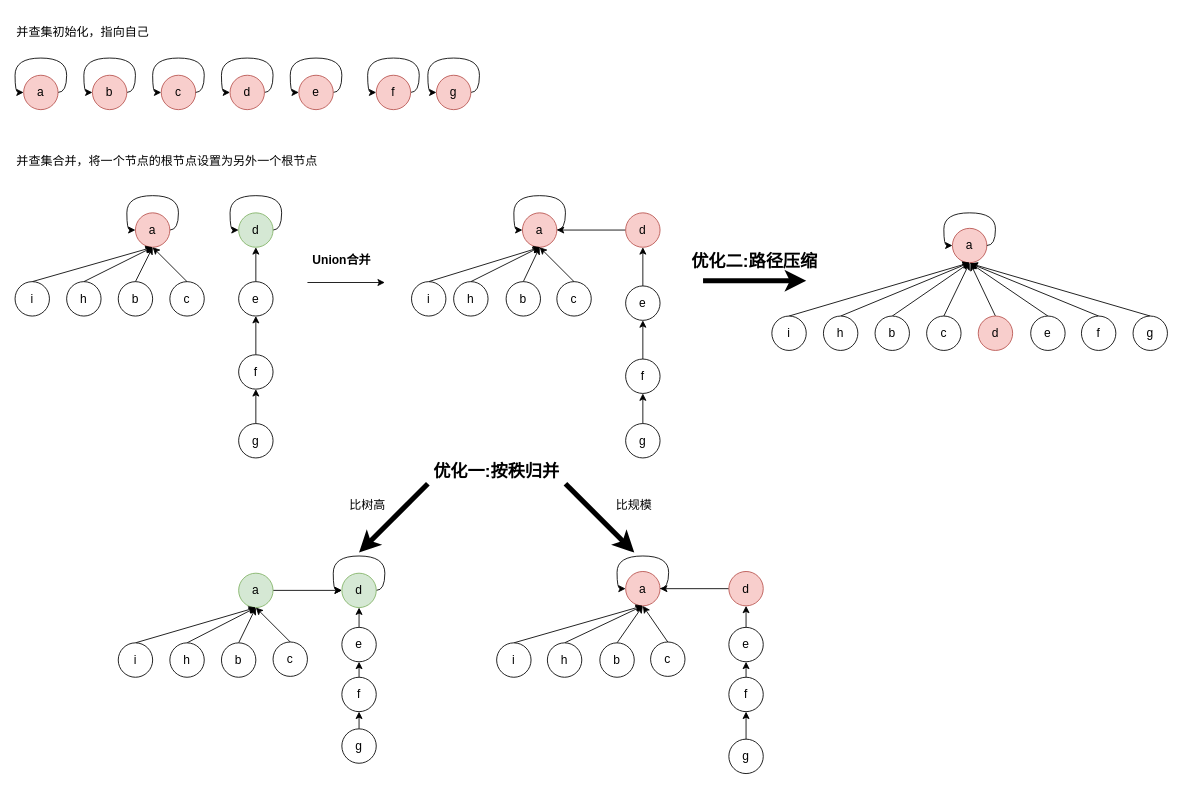
Before: page "set" (2 of 2) of Draw.io/算法和数据结构.drawio in DepInjoy/geektime, a draw.io diagram. Source tidied: cells renumbered, new cells numbered last; positions are measured from the earlier drawing's top-left corner, leaving out a move shared by most shapes. Both pictures are drawn from the tidied source at 86%, with x=0, y=0 at pixel (15, 15).
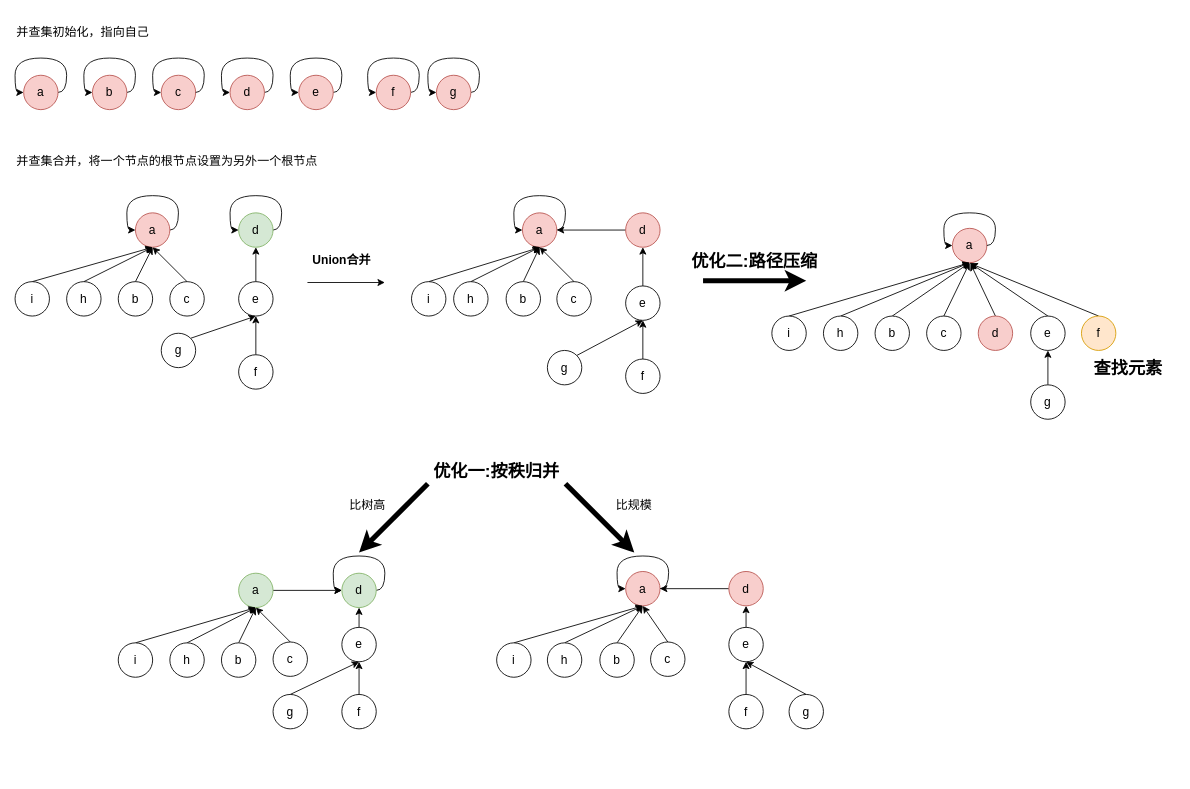
After the change.

Commit message:
并查集初始化和优化

Unchanged cells that the change refers to:
```xml
<mxCell id="27" value="e" style="ellipse;whiteSpace=wrap;html=1;fontSize=14;fontColor=#000000;" parent="1" vertex="1">
  <mxGeometry x="260" y="310" width="40" height="40" as="geometry" />
</mxCell>
<mxCell id="29" value="f" style="ellipse;whiteSpace=wrap;html=1;fontSize=14;fontColor=#000000;" parent="1" vertex="1">
  <mxGeometry x="260" y="395" width="40" height="40" as="geometry" />
</mxCell>
<mxCell id="39" value="e" style="ellipse;whiteSpace=wrap;html=1;fontSize=14;fontColor=#000000;" parent="1" vertex="1">
  <mxGeometry x="710" y="315" width="40" height="40" as="geometry" />
</mxCell>
<mxCell id="41" value="f" style="ellipse;whiteSpace=wrap;html=1;fontSize=14;fontColor=#000000;" parent="1" vertex="1">
  <mxGeometry x="710" y="400" width="40" height="40" as="geometry" />
</mxCell>
<mxCell id="57" value="e" style="ellipse;whiteSpace=wrap;html=1;fontSize=14;fontColor=#000000;" parent="1" vertex="1">
  <mxGeometry x="380" y="712" width="40" height="40" as="geometry" />
</mxCell>
<mxCell id="83" value="e" style="ellipse;whiteSpace=wrap;html=1;fontSize=14;fontColor=#000000;" parent="1" vertex="1">
  <mxGeometry x="830" y="712" width="40" height="40" as="geometry" />
</mxCell>
<mxCell id="112" value="e" style="ellipse;whiteSpace=wrap;html=1;fontSize=14;fontColor=#000000;" parent="1" vertex="1">
  <mxGeometry x="1181" y="350" width="40" height="40" as="geometry" />
</mxCell>
```

What changed in the source:
```diff
@@
-    <mxCell id="44" style="edgeStyle=none;rounded=0;jettySize=auto;html=1;exitX=0.5;exitY=0;exitDx=0;exitDy=0;entryX=0.5;entryY=1;entryDx=0;entryDy=0;fontSize=14;fontColor=#000000;strokeWidth=1;" parent="1" edge="1" source="45" target="41">
-      <mxGeometry relative="1" as="geometry" />
-    </mxCell>
-    <mxCell id="45" value="g" style="ellipse;whiteSpace=wrap;html=1;fontSize=14;fontColor=#000000;" parent="1" vertex="1">
-      <mxGeometry x="710" y="475" width="40" height="40" as="geometry" />
-    </mxCell>
-    <mxCell id="46" style="edgeStyle=none;rounded=0;jettySize=auto;html=1;exitX=0.5;exitY=0;exitDx=0;exitDy=0;entryX=0.5;entryY=1;entryDx=0;entryDy=0;fontSize=14;fontColor=#000000;strokeWidth=1;" parent="1" edge="1" source="47" target="29">
-      <mxGeometry relative="1" as="geometry" />
-    </mxCell>
-    <mxCell id="47" value="g" style="ellipse;whiteSpace=wrap;html=1;fontSize=14;fontColor=#000000;" parent="1" vertex="1">
-      <mxGeometry x="260" y="475" width="40" height="40" as="geometry" />
-    </mxCell>
@@
     <mxCell id="59" value="f" style="ellipse;whiteSpace=wrap;html=1;fontSize=14;fontColor=#000000;" parent="1" vertex="1">
-      <mxGeometry x="380" y="770" width="40" height="40" as="geometry" />
+      <mxGeometry x="380" y="790" width="40" height="40" as="geometry" />
     </mxCell>
-    <mxCell id="60" style="edgeStyle=none;rounded=0;jettySize=auto;html=1;exitX=0.5;exitY=0;exitDx=0;exitDy=0;entryX=0.5;entryY=1;entryDx=0;entryDy=0;fontSize=14;fontColor=#000000;strokeWidth=1;" parent="1" edge="1" source="61" target="59">
+    <mxCell id="60" style="edgeStyle=none;rounded=0;jettySize=auto;html=1;exitX=0.5;exitY=0;exitDx=0;exitDy=0;entryX=0.5;entryY=1;entryDx=0;entryDy=0;fontSize=14;fontColor=#000000;strokeWidth=1;" parent="1" edge="1" source="61" target="57">
       <mxGeometry relative="1" as="geometry" />
     </mxCell>
     <mxCell id="61" value="g" style="ellipse;whiteSpace=wrap;html=1;fontSize=14;fontColor=#000000;" parent="1" vertex="1">
-      <mxGeometry x="380" y="830" width="40" height="40" as="geometry" />
+      <mxGeometry x="300" y="790" width="40" height="40" as="geometry" />
     </mxCell>
@@
     <mxCell id="85" value="f" style="ellipse;whiteSpace=wrap;html=1;fontSize=14;fontColor=#000000;" parent="1" vertex="1">
-      <mxGeometry x="830" y="770" width="40" height="40" as="geometry" />
+      <mxGeometry x="830" y="790" width="40" height="40" as="geometry" />
     </mxCell>
-    <mxCell id="86" style="edgeStyle=none;rounded=0;jettySize=auto;html=1;exitX=0.5;exitY=0;exitDx=0;exitDy=0;entryX=0.5;entryY=1;entryDx=0;entryDy=0;fontSize=14;fontColor=#000000;strokeWidth=1;" parent="1" edge="1" source="87" target="85">
+    <mxCell id="86" style="edgeStyle=none;rounded=0;jettySize=auto;html=1;exitX=0.5;exitY=0;exitDx=0;exitDy=0;entryX=0.5;entryY=1;entryDx=0;entryDy=0;fontSize=14;fontColor=#000000;strokeWidth=1;" parent="1" edge="1" source="87" target="83">
       <mxGeometry relative="1" as="geometry" />
     </mxCell>
     <mxCell id="87" value="g" style="ellipse;whiteSpace=wrap;html=1;fontSize=14;fontColor=#000000;" parent="1" vertex="1">
-      <mxGeometry x="830" y="842" width="40" height="40" as="geometry" />
+      <mxGeometry x="900" y="790" width="40" height="40" as="geometry" />
     </mxCell>
@@
-    <mxCell id="109" style="edgeStyle=none;rounded=0;jettySize=auto;html=1;exitX=0.5;exitY=0;exitDx=0;exitDy=0;fontSize=20;fontColor=#000000;strokeWidth=1;" parent="1" edge="1" source="110">
-      <mxGeometry relative="1" as="geometry">
-        <mxPoint x="1111" y="289" as="targetPoint" />
-      </mxGeometry>
-    </mxCell>
-    <mxCell id="110" value="g" style="ellipse;whiteSpace=wrap;html=1;fontSize=14;fontColor=#000000;" parent="1" vertex="1">
-      <mxGeometry x="1300" y="350" width="40" height="40" as="geometry" />
-    </mxCell>
@@
-    <mxCell id="114" value="f" style="ellipse;whiteSpace=wrap;html=1;fontSize=14;fontColor=#000000;" parent="1" vertex="1">
+    <mxCell id="114" value="f" style="ellipse;whiteSpace=wrap;html=1;fontSize=14;fillColor=#ffe6cc;strokeColor=#d79b00;" parent="1" vertex="1">
       <mxGeometry x="1240" y="350" width="40" height="40" as="geometry" />
     </mxCell>
@@
+    <mxCell id="117" style="edgeStyle=none;rounded=0;jettySize=auto;html=1;exitX=1;exitY=0;exitDx=0;exitDy=0;entryX=0.5;entryY=1;entryDx=0;entryDy=0;fontSize=20;fontColor=#000000;strokeWidth=1;" parent="1" edge="1" source="118" target="27">
+      <mxGeometry relative="1" as="geometry" />
+    </mxCell>
+    <mxCell id="118" value="g" style="ellipse;whiteSpace=wrap;html=1;fontSize=14;fontColor=#000000;" parent="1" vertex="1">
+      <mxGeometry x="170" y="370" width="40" height="40" as="geometry" />
+    </mxCell>
+    <mxCell id="119" style="edgeStyle=none;rounded=0;jettySize=auto;html=1;exitX=1;exitY=0;exitDx=0;exitDy=0;entryX=0.5;entryY=1;entryDx=0;entryDy=0;fontSize=20;fontColor=#000000;strokeWidth=1;" parent="1" edge="1" source="120" target="39">
+      <mxGeometry relative="1" as="geometry" />
+    </mxCell>
+    <mxCell id="120" value="g" style="ellipse;whiteSpace=wrap;html=1;fontSize=14;fontColor=#000000;" parent="1" vertex="1">
+      <mxGeometry x="619" y="390" width="40" height="40" as="geometry" />
+    </mxCell>
+    <mxCell id="121" style="edgeStyle=none;rounded=0;jettySize=auto;html=1;exitX=0.5;exitY=0;exitDx=0;exitDy=0;entryX=0.5;entryY=1;entryDx=0;entryDy=0;fontSize=20;fontColor=#000000;strokeWidth=1;" parent="1" edge="1" source="122" target="112">
+      <mxGeometry relative="1" as="geometry" />
+    </mxCell>
+    <mxCell id="122" value="g" style="ellipse;whiteSpace=wrap;html=1;fontSize=14;fontColor=#000000;" parent="1" vertex="1">
+      <mxGeometry x="1181" y="430" width="40" height="40" as="geometry" />
+    </mxCell>
+    <mxCell id="123" value="&lt;b&gt;查找元素&lt;/b&gt;" style="text;html=1;strokeColor=none;fillColor=none;align=center;verticalAlign=middle;whiteSpace=wrap;rounded=0;fontSize=20;fontColor=#000000;" parent="1" vertex="1">
+      <mxGeometry x="1240" y="390" width="109" height="40" as="geometry" />
+    </mxCell>
```
